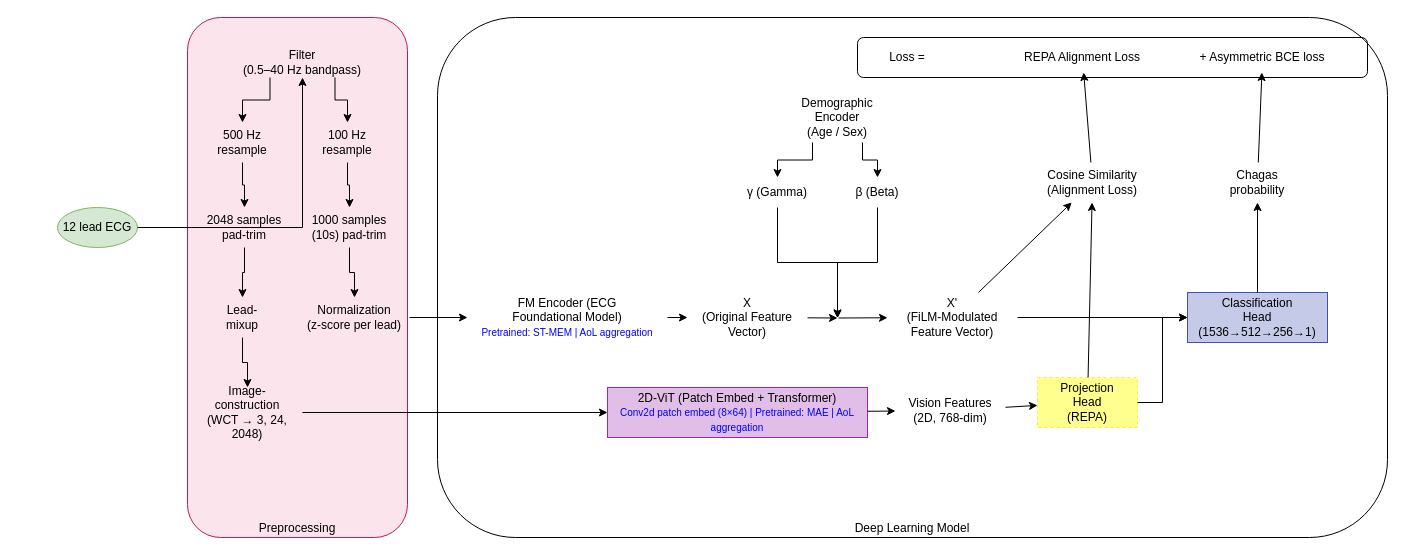
Before: Final Diagrams/ml_corrected_editable.drawio in SanuthMandepa/ChagaSight, a draw.io diagram. Source tidied: cells renumbered, new cells numbered last; positions are measured from the earlier drawing's top-left corner, leaving out a move shared by most shapes. Both pictures are drawn from the tidied source at 100%, with x=0, y=0 at pixel (57, 17). Pictures stored in the file or linked from it are replaced by grey dashed boxes.
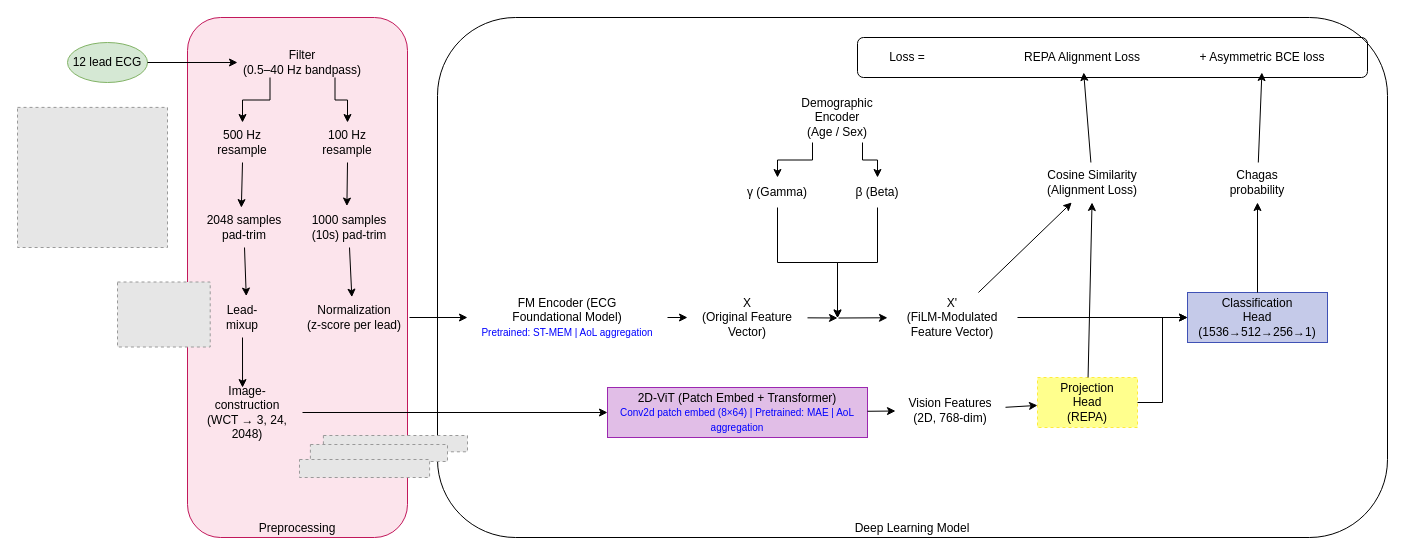
The same page after the edit.

Unchanged cells that the change refers to:
```xml
<mxCell id="6" value="500 Hz&#10;resample" style="text;html=1;strokeColor=none;fillColor=none;align=center;verticalAlign=middle;whiteSpace=wrap;rounded=0;" parent="1" vertex="1">
  <mxGeometry x="145" y="105" width="80" height="40" as="geometry" />
</mxCell>
<mxCell id="7" value="100 Hz&#10;resample" style="text;html=1;strokeColor=none;fillColor=none;align=center;verticalAlign=middle;whiteSpace=wrap;rounded=0;" parent="1" vertex="1">
  <mxGeometry x="250" y="105" width="80" height="40" as="geometry" />
</mxCell>
<mxCell id="8" value="2048 samples&#10;pad-trim" style="text;html=1;strokeColor=none;fillColor=none;align=center;verticalAlign=middle;whiteSpace=wrap;rounded=0;" parent="1" vertex="1">
  <mxGeometry x="142" y="190" width="90" height="40" as="geometry" />
</mxCell>
<mxCell id="9" value="1000 samples&#10;(10s) pad-trim" style="text;html=1;strokeColor=none;fillColor=none;align=center;verticalAlign=middle;whiteSpace=wrap;rounded=0;" parent="1" vertex="1">
  <mxGeometry x="242" y="190" width="100" height="40" as="geometry" />
</mxCell>
<mxCell id="10" value="Lead-&#10;mixup" style="text;html=1;strokeColor=none;fillColor=none;align=center;verticalAlign=middle;whiteSpace=wrap;rounded=0;" parent="1" vertex="1">
  <mxGeometry x="145" y="280" width="80" height="40" as="geometry" />
</mxCell>
<mxCell id="11" value="Image-&#10;construction&#10;(WCT → 3, 24, 2048)" style="text;html=1;strokeColor=none;fillColor=none;align=center;verticalAlign=middle;whiteSpace=wrap;rounded=0;" parent="1" vertex="1">
  <mxGeometry x="135" y="370" width="110" height="50" as="geometry" />
</mxCell>
<mxCell id="12" value="Normalization&#10;(z-score per lead)" style="text;html=1;strokeColor=none;fillColor=none;align=center;verticalAlign=middle;whiteSpace=wrap;rounded=0;" parent="1" vertex="1">
  <mxGeometry x="242" y="280" width="110" height="40" as="geometry" />
</mxCell>
```

The edit, as a diff of the source:
```diff
@@
     <mxCell id="2" value="12 lead ECG" style="ellipse;whiteSpace=wrap;html=1;fillColor=#d5e8d4;strokeColor=#82b366;" parent="1" vertex="1">
-      <mxGeometry y="190" width="80" height="40" as="geometry" />
+      <mxGeometry x="10" y="25" width="80" height="40" as="geometry" />
     </mxCell>
@@
-    <mxCell id="33" style="edgeStyle=orthogonalEdgeStyle;endArrow=classic;html=1;rounded=0;exitX=0.5;exitY=1;exitDx=0;exitDy=0;entryX=0.5;entryY=0;entryDx=0;entryDy=0;" parent="1" edge="1" source="6" target="8">
+    <mxCell id="33" style="endArrow=classic;html=1;rounded=0;exitX=0.5;exitY=1;exitDx=0;exitDy=0;entryX=0.465;entryY=0.003;entryDx=0;entryDy=0;entryPerimeter=0;" parent="1" edge="1" source="6" target="8">
       <mxGeometry relative="1" as="geometry" />
     </mxCell>
-    <mxCell id="34" style="edgeStyle=orthogonalEdgeStyle;endArrow=classic;html=1;rounded=0;exitX=0.5;exitY=1;exitDx=0;exitDy=0;entryX=0.5;entryY=0;entryDx=0;entryDy=0;" parent="1" edge="1" source="8" target="10">
+    <mxCell id="34" style="endArrow=classic;html=1;rounded=0;exitX=0.5;exitY=1;exitDx=0;exitDy=0;entryX=0.547;entryY=-0.035;entryDx=0;entryDy=0;entryPerimeter=0;" parent="1" edge="1" source="8" target="10">
       <mxGeometry relative="1" as="geometry" />
     </mxCell>
-    <mxCell id="35" style="edgeStyle=orthogonalEdgeStyle;endArrow=classic;html=1;rounded=0;exitX=0.5;exitY=1;exitDx=0;exitDy=0;entryX=0.5;entryY=0;entryDx=0;entryDy=0;" parent="1" edge="1" source="10" target="11">
+    <mxCell id="35" style="endArrow=classic;html=1;rounded=0;exitX=0.5;exitY=1;exitDx=0;exitDy=0;entryX=0.455;entryY=0.002;entryDx=0;entryDy=0;entryPerimeter=0;" parent="1" edge="1" source="10" target="11">
       <mxGeometry relative="1" as="geometry" />
     </mxCell>
@@
-    <mxCell id="37" style="edgeStyle=orthogonalEdgeStyle;endArrow=classic;html=1;rounded=0;exitX=0.5;exitY=1;exitDx=0;exitDy=0;entryX=0.5;entryY=0;entryDx=0;entryDy=0;" parent="1" edge="1" source="7" target="9">
+    <mxCell id="37" style="endArrow=classic;html=1;rounded=0;exitX=0.5;exitY=1;exitDx=0;exitDy=0;entryX=0.474;entryY=-0.036;entryDx=0;entryDy=0;entryPerimeter=0;" parent="1" edge="1" source="7" target="9">
       <mxGeometry relative="1" as="geometry" />
     </mxCell>
-    <mxCell id="38" style="edgeStyle=orthogonalEdgeStyle;endArrow=classic;html=1;rounded=0;exitX=0.5;exitY=1;exitDx=0;exitDy=0;entryX=0.5;entryY=0;entryDx=0;entryDy=0;" parent="1" edge="1" source="9" target="12">
+    <mxCell id="38" style="endArrow=classic;html=1;rounded=0;entryX=0.476;entryY=-0.008;entryDx=0;entryDy=0;entryPerimeter=0;exitX=0.5;exitY=1;exitDx=0;exitDy=0;" parent="1" edge="1" source="9" target="12">
       <mxGeometry relative="1" as="geometry" />
     </mxCell>
@@
+    <mxCell id="56" style="fillColor=#E6E6E6;strokeColor=#999999;dashed=1;verticalLabelPosition=bottom;labelBackgroundColor=default;verticalAlign=top;" parent="1" vertex="1">
+      <mxGeometry x="265.9" y="418" width="144.1" height="16.3" as="geometry" />
+    </mxCell>
+    <mxCell id="57" style="fillColor=#E6E6E6;strokeColor=#999999;dashed=1;verticalLabelPosition=bottom;labelBackgroundColor=default;verticalAlign=top;" parent="1" vertex="1">
+      <mxGeometry x="252.9" y="427" width="137.1" height="17" as="geometry" />
+    </mxCell>
+    <mxCell id="58" style="fillColor=#E6E6E6;strokeColor=#999999;dashed=1;verticalLabelPosition=bottom;labelBackgroundColor=default;verticalAlign=top;" parent="1" vertex="1">
+      <mxGeometry x="242" y="442" width="130.1" height="18" as="geometry" />
+    </mxCell>
+    <mxCell id="59" style="fillColor=#E6E6E6;strokeColor=#999999;dashed=1;verticalLabelPosition=bottom;labelBackgroundColor=default;verticalAlign=top;" parent="1" vertex="1">
+      <mxGeometry x="60" y="264.5" width="92.7" height="65" as="geometry" />
+    </mxCell>
+    <mxCell id="60" style="fillColor=#E6E6E6;strokeColor=#999999;dashed=1;verticalLabelPosition=bottom;labelBackgroundColor=default;verticalAlign=top;" parent="1" vertex="1">
+      <mxGeometry x="-40" y="89.9" width="150" height="140.1" as="geometry" />
+    </mxCell>
```
